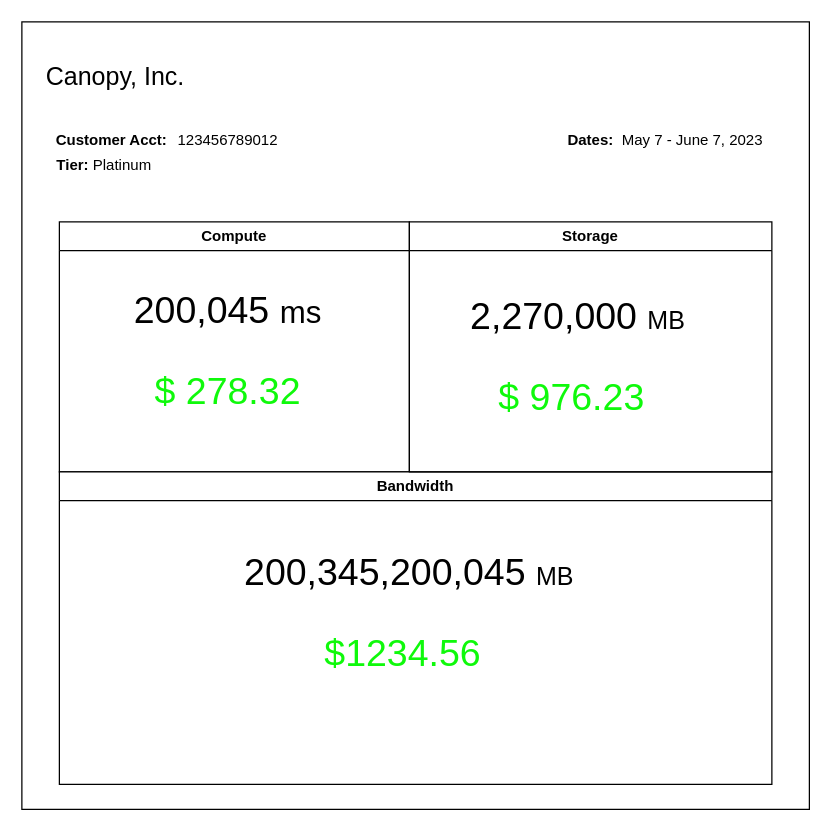
isaacp/Takehome keeps this draw.io diagram as docs/usage_statement.drawio. Above is the earlier version. Source tidied: cells renumbered, new cells numbered last; positions are measured from the earlier drawing's top-left corner, leaving out a move shared by most shapes. Both pictures are drawn from the tidied source at 125%, with x=0, y=0 at pixel (21, 21).
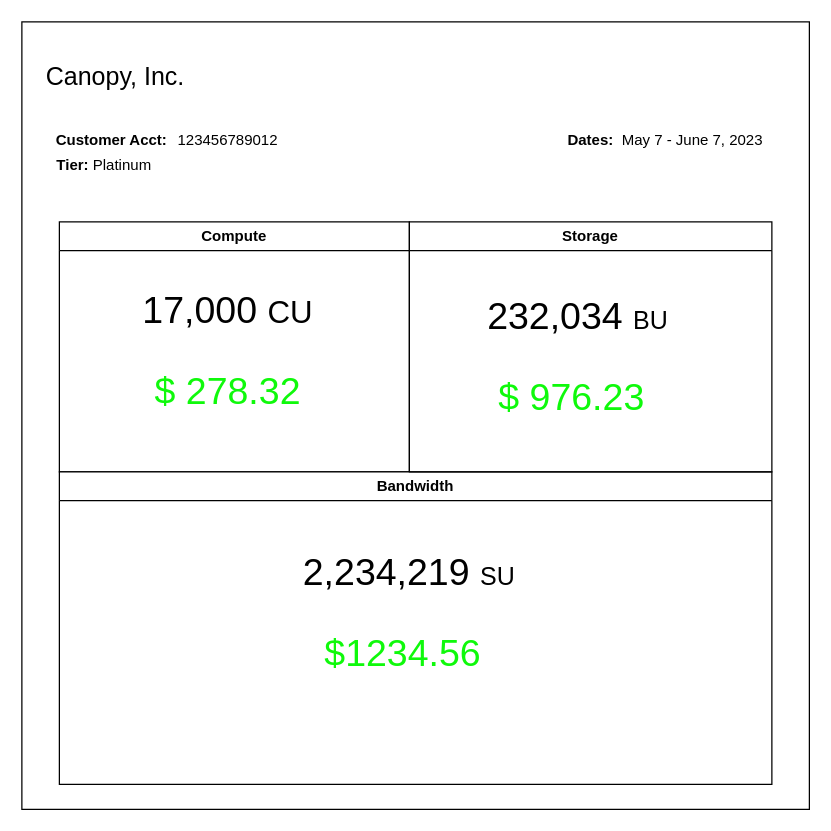
The same page after the edit.

What changed in the source:
```diff
@@
 <mxGraphModel>
   <root>
     <mxCell id="0" />
     <mxCell id="1" parent="0" />
     <mxCell id="2" style="whiteSpace=wrap;html=1;" parent="1" vertex="1">
       <mxGeometry width="630" height="630" as="geometry" />
     </mxCell>
     <mxCell id="3" value="&lt;b&gt;Customer Acct:&lt;/b&gt;" style="text;html=1;strokeColor=none;fillColor=none;align=center;verticalAlign=middle;whiteSpace=wrap;rounded=0;" parent="1" vertex="1">
       <mxGeometry x="24" y="80" width="96" height="30" as="geometry" />
     </mxCell>
     <mxCell id="4" value="&lt;p style=&quot;line-height: 120%;&quot;&gt;&lt;font style=&quot;font-size: 20px;&quot;&gt;Canopy, Inc.&lt;/font&gt;&lt;/p&gt;" style="text;html=1;strokeColor=none;fillColor=none;align=center;verticalAlign=middle;whiteSpace=wrap;rounded=0;" parent="1" vertex="1">
       <mxGeometry x="10" y="30" width="130" height="30" as="geometry" />
     </mxCell>
     <mxCell id="5" value="123456789012" style="text;html=1;strokeColor=none;fillColor=none;align=center;verticalAlign=middle;whiteSpace=wrap;rounded=0;fontSize=12;" parent="1" vertex="1">
       <mxGeometry x="115" y="80" width="100" height="30" as="geometry" />
     </mxCell>
     <mxCell id="6" value="&lt;b&gt;Dates:&lt;/b&gt;&amp;nbsp; May 7 - June 7, 2023" style="text;html=1;strokeColor=none;fillColor=none;align=center;verticalAlign=middle;whiteSpace=wrap;rounded=0;" parent="1" vertex="1">
       <mxGeometry x="430" y="80" width="170" height="30" as="geometry" />
     </mxCell>
     <mxCell id="7" value="Compute" style="swimlane;whiteSpace=wrap;html=1;fontSize=12;" parent="1" vertex="1">
       <mxGeometry x="30" y="160" width="280" height="200" as="geometry" />
     </mxCell>
-    <mxCell id="8" value="&lt;font style=&quot;font-size: 30px;&quot;&gt;200,045 &lt;/font&gt;&lt;font style=&quot;font-size: 25px;&quot;&gt;ms&lt;/font&gt;" style="text;html=1;strokeColor=none;fillColor=none;align=center;verticalAlign=middle;whiteSpace=wrap;rounded=0;fontSize=12;" parent="7" vertex="1">
+    <mxCell id="8" value="&lt;font style=&quot;font-size: 30px;&quot;&gt;17,000 &lt;/font&gt;&lt;font style=&quot;font-size: 25px;&quot;&gt;CU&lt;/font&gt;" style="text;html=1;strokeColor=none;fillColor=none;align=center;verticalAlign=middle;whiteSpace=wrap;rounded=0;fontSize=12;" parent="7" vertex="1">
       <mxGeometry x="40" y="40" width="190" height="60" as="geometry" />
     </mxCell>
     <mxCell id="9" value="&lt;font color=&quot;#0ff90b&quot;&gt;$ 278.32&lt;/font&gt;" style="text;html=1;strokeColor=none;fillColor=none;align=center;verticalAlign=middle;whiteSpace=wrap;rounded=0;fontSize=30;" parent="7" vertex="1">
       <mxGeometry x="70" y="120" width="130" height="30" as="geometry" />
     </mxCell>
     <mxCell id="10" value="Bandwidth" style="swimlane;whiteSpace=wrap;html=1;fontSize=12;" parent="1" vertex="1">
       <mxGeometry x="30" y="360" width="570" height="250" as="geometry" />
     </mxCell>
     <mxCell id="11" value="Storage" style="swimlane;whiteSpace=wrap;html=1;fontSize=12;startSize=23;" parent="1" vertex="1">
       <mxGeometry x="310" y="160" width="290" height="200" as="geometry" />
     </mxCell>
     <mxCell id="12" value="&lt;b&gt;Tier:&lt;/b&gt; Platinum" style="text;html=1;strokeColor=none;fillColor=none;align=center;verticalAlign=middle;whiteSpace=wrap;rounded=0;" parent="1" vertex="1">
       <mxGeometry x="18" y="100" width="96" height="30" as="geometry" />
     </mxCell>
-    <mxCell id="13" value="&lt;font style=&quot;font-size: 30px;&quot;&gt;2,270,000 &lt;/font&gt;&lt;font style=&quot;font-size: 20px;&quot;&gt;MB&lt;/font&gt;" style="text;html=1;strokeColor=none;fillColor=none;align=center;verticalAlign=middle;whiteSpace=wrap;rounded=0;fontSize=12;" parent="1" vertex="1">
+    <mxCell id="13" value="&lt;font style=&quot;font-size: 30px;&quot;&gt;232,034 &lt;/font&gt;&lt;font style=&quot;font-size: 20px;&quot;&gt;BU&lt;/font&gt;" style="text;html=1;strokeColor=none;fillColor=none;align=center;verticalAlign=middle;whiteSpace=wrap;rounded=0;fontSize=12;" parent="1" vertex="1">
       <mxGeometry x="350" y="205" width="190" height="60" as="geometry" />
     </mxCell>
     <mxCell id="14" value="&lt;font color=&quot;#0ff90b&quot;&gt;$ 976.23&lt;/font&gt;" style="text;html=1;strokeColor=none;fillColor=none;align=center;verticalAlign=middle;whiteSpace=wrap;rounded=0;fontSize=30;" parent="1" vertex="1">
       <mxGeometry x="380" y="285" width="120" height="30" as="geometry" />
     </mxCell>
-    <mxCell id="15" value="&lt;font style=&quot;font-size: 30px;&quot;&gt;200,345,200,045 &lt;/font&gt;&lt;font style=&quot;font-size: 20px;&quot;&gt;MB&lt;/font&gt;" style="text;html=1;strokeColor=none;fillColor=none;align=center;verticalAlign=middle;whiteSpace=wrap;rounded=0;fontSize=12;" parent="1" vertex="1">
+    <mxCell id="15" value="&lt;font style=&quot;font-size: 30px;&quot;&gt;2,234,219&amp;nbsp;&lt;/font&gt;&lt;font style=&quot;font-size: 20px;&quot;&gt;SU&lt;/font&gt;" style="text;html=1;strokeColor=none;fillColor=none;align=center;verticalAlign=middle;whiteSpace=wrap;rounded=0;fontSize=12;" parent="1" vertex="1">
       <mxGeometry x="110" y="410" width="400" height="60" as="geometry" />
     </mxCell>
     <mxCell id="16" value="&lt;font color=&quot;#0ff90b&quot;&gt;$1234.56&lt;/font&gt;" style="text;html=1;strokeColor=none;fillColor=none;align=center;verticalAlign=middle;whiteSpace=wrap;rounded=0;fontSize=30;" parent="1" vertex="1">
       <mxGeometry x="275" y="490" width="60" height="30" as="geometry" />
     </mxCell>
   </root>
 </mxGraphModel>
```
